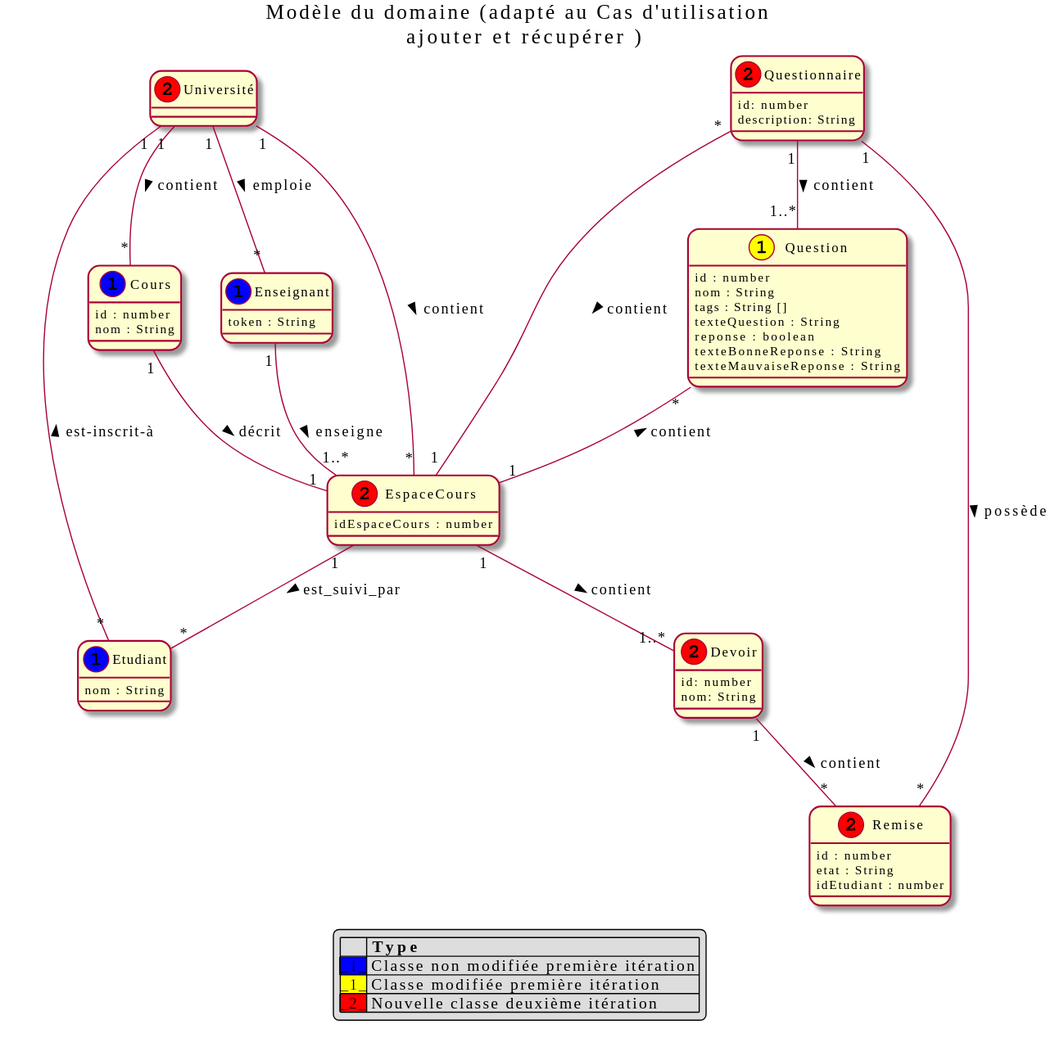
This is out/docs/modeles/mdd/MDD.svg from nerdz88/SGA-TS, a PlantUML export, as it was before one commit.
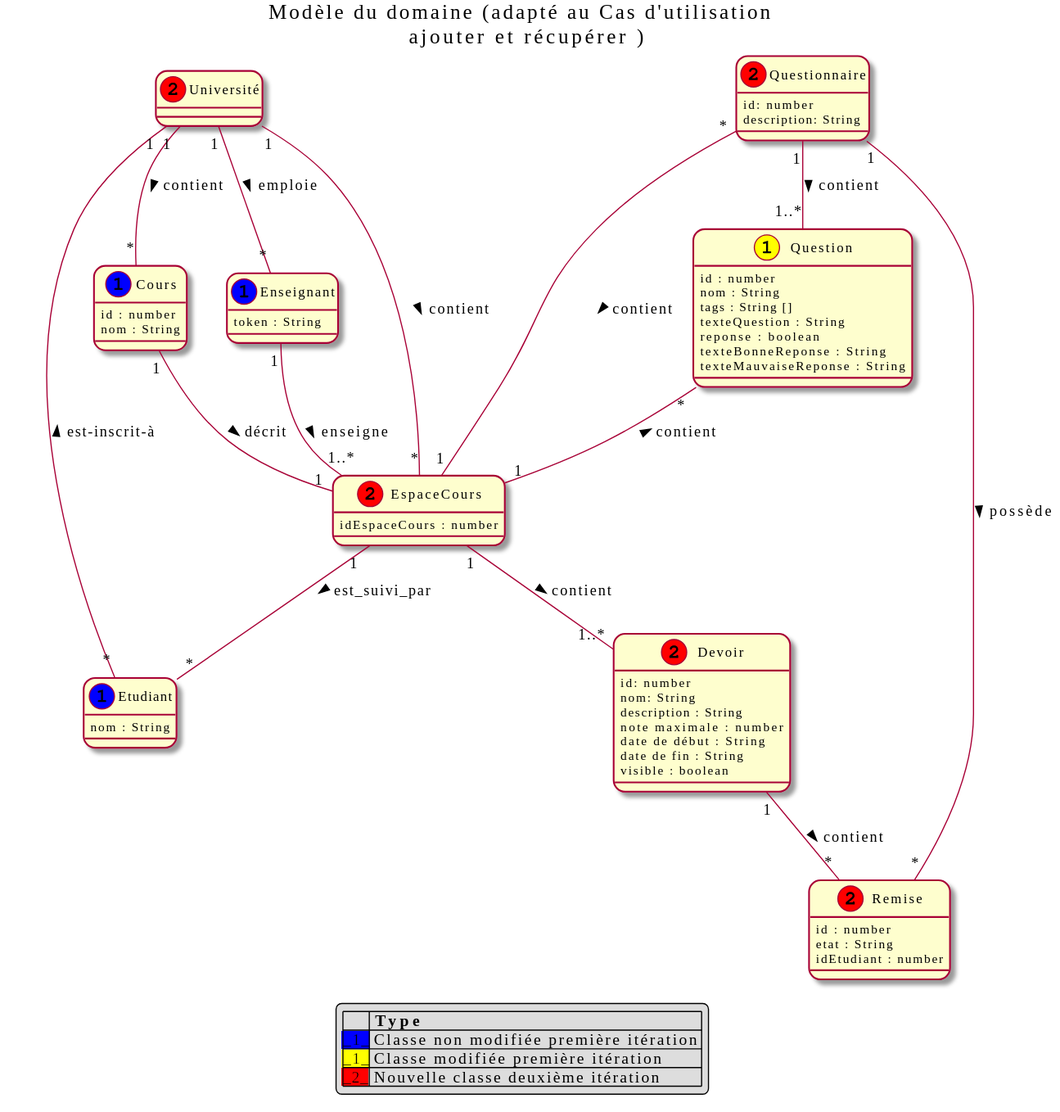
Later version of the same file.

Change to the diagram source:
```diff
@@ -20,6 +20,11 @@
 class Devoir << (2,red) >>{
     id: number
     nom: String
+    description : String
+    note maximale : number
+    date de début : String
+    date de fin : String
+    visible : boolean
 }
 
 class Remise << (2,red) >>{
```
